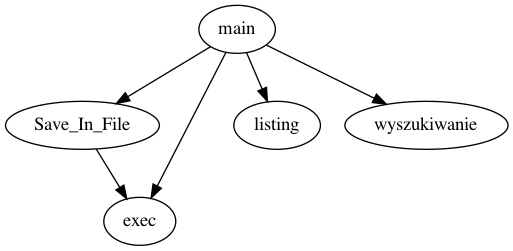
The Graphviz diagram dwa.dot.png in ZychDev/Zak_Io_Project, before a commit. Its source is kept beside it as dwa.dot.
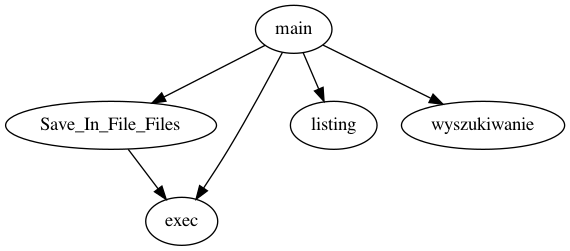
Above is the later version.

The edit, as a diff of the source:
```diff
@@ -1,8 +1,8 @@
 digraph files_graph
 {
-Save_In_File->exec
+Save_In_File_Files->exec
 main->listing
 main->wyszukiwanie
-main->Save_In_File
+main->Save_In_File_Files
 main->exec
 }
```
